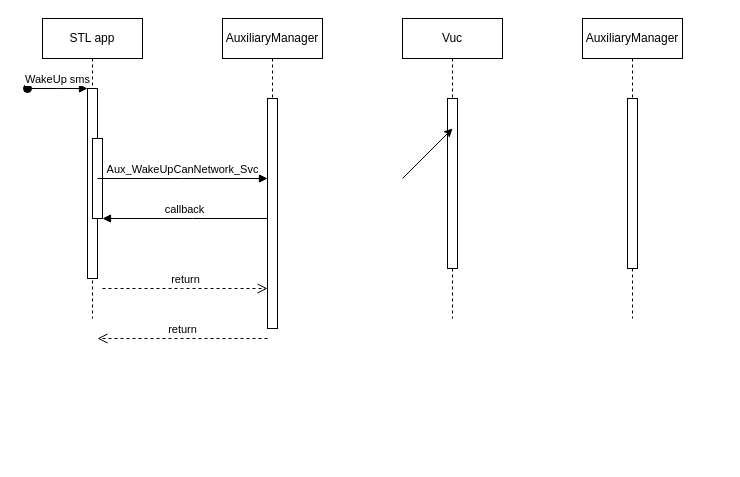
favamarco/prova keeps this draw.io diagram as Diagramma senza titolo.drawio. Above is the earlier version. Source tidied: cells renumbered, new cells numbered last; positions are measured from the earlier drawing's top-left corner, leaving out a move shared by most shapes. Both pictures are drawn from the tidied source at 100%, with x=0, y=0 at pixel (27, 18).
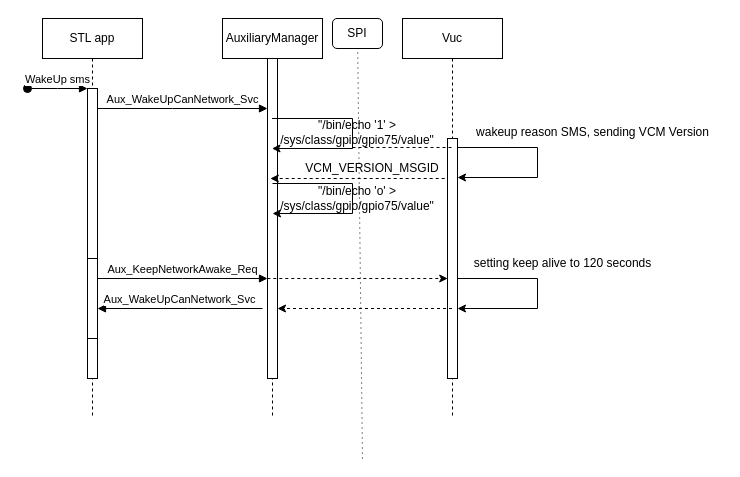
The same diagram, later.

Commit message:
Wake_up_SMS

Diff of the diagram source:
```diff
@@
     <mxCell id="2" value="STL app" style="shape=umlLifeline;perimeter=lifelinePerimeter;whiteSpace=wrap;html=1;newEdgeStyle={&quot;edgeStyle&quot;:&quot;elbowEdgeStyle&quot;,&quot;elbow&quot;:&quot;vertical&quot;,&quot;curved&quot;:0,&quot;rounded&quot;:0};" parent="1" vertex="1">
-      <mxGeometry x="15" width="100" height="300" as="geometry" />
+      <mxGeometry x="15" width="100" height="400" as="geometry" />
     </mxCell>
     <mxCell id="3" style="html=1;points=[];perimeter=orthogonalPerimeter;outlineConnect=0;targetShapes=umlLifeline;portConstraint=eastwest;newEdgeStyle={&quot;edgeStyle&quot;:&quot;elbowEdgeStyle&quot;,&quot;elbow&quot;:&quot;vertical&quot;,&quot;curved&quot;:0,&quot;rounded&quot;:0};" parent="2" vertex="1">
-      <mxGeometry x="45" y="70" width="10" height="190" as="geometry" />
+      <mxGeometry x="45" y="70" width="10" height="290" as="geometry" />
     </mxCell>
@@
     <mxCell id="5" style="html=1;perimeter=orthogonalPerimeter;targetShapes=umlLifeline;newEdgeStyle={&quot;edgeStyle&quot;:&quot;elbowEdgeStyle&quot;,&quot;elbow&quot;:&quot;vertical&quot;,&quot;curved&quot;:0,&quot;rounded&quot;:0};" parent="2" vertex="1">
-      <mxGeometry x="50" y="120" width="10" height="80" as="geometry" />
+      <mxGeometry x="45" y="240" width="10" height="80" as="geometry" />
     </mxCell>
+    <mxCell id="8" value="Aux_KeepNetworkAwake_Req" style="html=1;verticalAlign=bottom;endArrow=block;edgeStyle=elbowEdgeStyle;elbow=vertical;curved=0;rounded=0;" parent="2" edge="1">
+      <mxGeometry relative="1" as="geometry">
+        <mxPoint x="55" y="260" as="sourcePoint" />
+        <mxPoint x="225" y="260" as="targetPoint" />
+        <Array as="points">
+          <mxPoint x="140" y="260" />
+        </Array>
+      </mxGeometry>
+    </mxCell>
     <mxCell id="6" value="AuxiliaryManager" style="shape=umlLifeline;perimeter=lifelinePerimeter;whiteSpace=wrap;html=1;outlineConnect=0;portConstraint=eastwest;newEdgeStyle={&quot;edgeStyle&quot;:&quot;elbowEdgeStyle&quot;,&quot;elbow&quot;:&quot;vertical&quot;,&quot;curved&quot;:0,&quot;rounded&quot;:0};" parent="1" vertex="1">
-      <mxGeometry x="195" width="100" height="310" as="geometry" />
+      <mxGeometry x="195" width="100" height="400" as="geometry" />
     </mxCell>
     <mxCell id="7" style="html=1;points=[];perimeter=orthogonalPerimeter;outlineConnect=0;targetShapes=umlLifeline;portConstraint=eastwest;newEdgeStyle={&quot;edgeStyle&quot;:&quot;elbowEdgeStyle&quot;,&quot;elbow&quot;:&quot;vertical&quot;,&quot;curved&quot;:0,&quot;rounded&quot;:0};" parent="6" vertex="1">
-      <mxGeometry x="45" y="80" width="10" height="230" as="geometry" />
+      <mxGeometry x="45" y="40" width="10" height="320" as="geometry" />
     </mxCell>
-    <mxCell id="8" value="Aux_WakeUpCanNetwork_Svc" style="html=1;verticalAlign=bottom;endArrow=block;edgeStyle=elbowEdgeStyle;elbow=vertical;curved=0;rounded=0;" parent="1" edge="1">
-      <mxGeometry relative="1" as="geometry">
-        <mxPoint x="70" y="160" as="sourcePoint" />
-        <mxPoint x="240" y="160" as="targetPoint" />
-        <Array as="points">
-          <mxPoint x="155" y="160" />
-        </Array>
-      </mxGeometry>
-    </mxCell>
-    <mxCell id="9" value="return" style="html=1;verticalAlign=bottom;endArrow=open;dashed=1;endSize=8;edgeStyle=elbowEdgeStyle;elbow=vertical;curved=0;rounded=0;" parent="1" edge="1">
-      <mxGeometry relative="1" as="geometry">
-        <mxPoint x="240" y="320" as="sourcePoint" />
-        <mxPoint x="70" y="320" as="targetPoint" />
-        <Array as="points">
-          <mxPoint x="165" y="320" />
-        </Array>
-      </mxGeometry>
-    </mxCell>
-    <mxCell id="10" value="callback" style="html=1;verticalAlign=bottom;endArrow=block;edgeStyle=elbowEdgeStyle;elbow=vertical;curved=0;rounded=0;" parent="1" edge="1">
-      <mxGeometry relative="1" as="geometry">
-        <mxPoint x="240" y="200" as="sourcePoint" />
-        <mxPoint x="75" y="200" as="targetPoint" />
-        <Array as="points">
-          <mxPoint x="165" y="200" />
-        </Array>
-      </mxGeometry>
-    </mxCell>
-    <mxCell id="11" value="return" style="html=1;verticalAlign=bottom;endArrow=open;dashed=1;endSize=8;edgeStyle=elbowEdgeStyle;elbow=vertical;curved=0;rounded=0;" parent="1" edge="1">
-      <mxGeometry relative="1" as="geometry">
-        <mxPoint x="75" y="270" as="sourcePoint" />
-        <mxPoint x="240" y="270" as="targetPoint" />
-        <Array as="points">
-          <mxPoint x="155" y="270" />
-        </Array>
-      </mxGeometry>
-    </mxCell>
     <mxCell id="12" value="Vuc" style="shape=umlLifeline;perimeter=lifelinePerimeter;whiteSpace=wrap;html=1;outlineConnect=0;portConstraint=eastwest;newEdgeStyle={&quot;edgeStyle&quot;:&quot;elbowEdgeStyle&quot;,&quot;elbow&quot;:&quot;vertical&quot;,&quot;curved&quot;:0,&quot;rounded&quot;:0};" parent="1" vertex="1">
-      <mxGeometry x="375" width="100" height="300" as="geometry" />
+      <mxGeometry x="375" width="100" height="400" as="geometry" />
     </mxCell>
     <mxCell id="13" style="html=1;perimeter=orthogonalPerimeter;targetShapes=umlLifeline;newEdgeStyle={&quot;edgeStyle&quot;:&quot;elbowEdgeStyle&quot;,&quot;elbow&quot;:&quot;vertical&quot;,&quot;curved&quot;:0,&quot;rounded&quot;:0};" parent="12" vertex="1">
-      <mxGeometry x="45" y="80" width="10" height="170" as="geometry" />
+      <mxGeometry x="45" y="120" width="10" height="240" as="geometry" />
     </mxCell>
-    <mxCell id="14" value="AuxiliaryManager" style="shape=umlLifeline;perimeter=lifelinePerimeter;whiteSpace=wrap;html=1;newEdgeStyle={&quot;edgeStyle&quot;:&quot;elbowEdgeStyle&quot;,&quot;elbow&quot;:&quot;vertical&quot;,&quot;curved&quot;:0,&quot;rounded&quot;:0};" parent="1" vertex="1">
-      <mxGeometry x="555" width="100" height="300" as="geometry" />
-    </mxCell>
-    <mxCell id="15" style="html=1;perimeter=orthogonalPerimeter;targetShapes=umlLifeline;newEdgeStyle={&quot;edgeStyle&quot;:&quot;elbowEdgeStyle&quot;,&quot;elbow&quot;:&quot;vertical&quot;,&quot;curved&quot;:0,&quot;rounded&quot;:0};" parent="14" vertex="1">
-      <mxGeometry x="45" y="80" width="10" height="170" as="geometry" />
-    </mxCell>
-    <mxCell id="16" style="endArrow=classic;html=1;rounded=0;" parent="1" edge="1">
+    <mxCell id="16" style="endArrow=classic;html=1;rounded=0;" parent="1" edge="1" source="6" target="6">
       <mxGeometry relative="1" as="geometry">
-        <mxPoint x="375" y="160" as="sourcePoint" />
-        <mxPoint x="425" y="110" as="targetPoint" />
+        <Array as="points">
+          <mxPoint x="325" y="100" />
+          <mxPoint x="325" y="130" />
+        </Array>
       </mxGeometry>
     </mxCell>
+    <mxCell id="17" value="Aux_WakeUpCanNetwork_Svc" style="html=1;verticalAlign=bottom;endArrow=block;edgeStyle=elbowEdgeStyle;elbow=vertical;curved=0;rounded=0;" parent="1" edge="1" source="3" target="7">
+      <mxGeometry relative="1" as="geometry">
+        <Array as="points">
+          <mxPoint x="145" y="90" />
+        </Array>
+      </mxGeometry>
+    </mxCell>
+    <mxCell id="18" value="&quot;/bin/echo '1' &amp;gt; /sys/class/gpio/gpio75/value&quot;" style="text;html=1;strokeColor=none;fillColor=none;align=center;verticalAlign=middle;whiteSpace=wrap;rounded=0;" parent="1" vertex="1">
+      <mxGeometry x="255" y="99" width="150" height="30" as="geometry" />
+    </mxCell>
+    <mxCell id="19" style="endArrow=classic;html=1;rounded=0;" parent="1" edge="1">
+      <mxGeometry relative="1" as="geometry">
+        <mxPoint x="429.5" y="129" as="sourcePoint" />
+        <mxPoint x="430" y="159" as="targetPoint" />
+        <Array as="points">
+          <mxPoint x="510" y="129" />
+          <mxPoint x="510" y="159" />
+        </Array>
+      </mxGeometry>
+    </mxCell>
+    <mxCell id="20" value="&quot;/bin/echo 'o' &amp;gt; /sys/class/gpio/gpio75/value&quot;" style="text;html=1;strokeColor=none;fillColor=none;align=center;verticalAlign=middle;whiteSpace=wrap;rounded=0;" parent="1" vertex="1">
+      <mxGeometry x="255" y="165" width="150" height="30" as="geometry" />
+    </mxCell>
+    <mxCell id="21" style="endArrow=classic;html=1;rounded=0;dashed=1;" parent="1" edge="1">
+      <mxGeometry relative="1" as="geometry">
+        <mxPoint x="417.2" y="160" as="sourcePoint" />
+        <mxPoint x="242.8" y="160" as="targetPoint" />
+      </mxGeometry>
+    </mxCell>
+    <mxCell id="22" value="VCM_VERSION_MSGID" style="text;html=1;strokeColor=none;fillColor=none;align=center;verticalAlign=middle;whiteSpace=wrap;rounded=0;" parent="1" vertex="1">
+      <mxGeometry x="315" y="135" width="60" height="30" as="geometry" />
+    </mxCell>
+    <mxCell id="23" style="endArrow=classic;html=1;rounded=0;" parent="1" edge="1">
+      <mxGeometry relative="1" as="geometry">
+        <mxPoint x="245" y="165" as="sourcePoint" />
+        <mxPoint x="245" y="195" as="targetPoint" />
+        <Array as="points">
+          <mxPoint x="325" y="165" />
+          <mxPoint x="325" y="195" />
+        </Array>
+      </mxGeometry>
+    </mxCell>
+    <mxCell id="24" style="endArrow=none;dashed=1;html=1;rounded=0;" parent="1" edge="1">
+      <mxGeometry relative="1" as="geometry">
+        <mxPoint x="325" y="129" as="sourcePoint" />
+        <mxPoint x="425" y="129" as="targetPoint" />
+      </mxGeometry>
+    </mxCell>
+    <mxCell id="25" value="wakeup reason SMS, sending&amp;nbsp;VCM Version" style="text;html=1;align=center;verticalAlign=middle;strokeColor=none;fillColor=none;" parent="1" vertex="1">
+      <mxGeometry x="435" y="99" width="260" height="30" as="geometry" />
+    </mxCell>
+    <mxCell id="26" style="endArrow=none;dashed=1;html=1;dashPattern=1 3;strokeWidth=2;rounded=0;" parent="1" edge="1" source="28">
+      <mxGeometry relative="1" as="geometry">
+        <mxPoint x="335" as="targetPoint" />
+      </mxGeometry>
+    </mxCell>
+    <mxCell id="27" style="endArrow=none;dashed=1;html=1;dashPattern=1 4;strokeWidth=1;rounded=0;" parent="1" edge="1" target="28">
+      <mxGeometry relative="1" as="geometry">
+        <mxPoint x="335" y="440" as="sourcePoint" />
+      </mxGeometry>
+    </mxCell>
+    <mxCell id="28" value="SPI" style="rounded=1;whiteSpace=wrap;html=1;" parent="1" vertex="1">
+      <mxGeometry x="305" width="50" height="30" as="geometry" />
+    </mxCell>
+    <mxCell id="29" style="endArrow=classic;html=1;rounded=0;dashed=1;" parent="1" edge="1">
+      <mxGeometry relative="1" as="geometry">
+        <mxPoint x="239.8" y="260" as="sourcePoint" />
+        <mxPoint x="420.2" y="260" as="targetPoint" />
+      </mxGeometry>
+    </mxCell>
+    <mxCell id="30" style="endArrow=classic;html=1;rounded=0;" parent="1" edge="1">
+      <mxGeometry relative="1" as="geometry">
+        <mxPoint x="429.5" y="260" as="sourcePoint" />
+        <mxPoint x="430" y="290" as="targetPoint" />
+        <Array as="points">
+          <mxPoint x="510" y="260" />
+          <mxPoint x="510" y="290" />
+        </Array>
+      </mxGeometry>
+    </mxCell>
+    <mxCell id="31" value="setting keep alive to 120 seconds" style="text;html=1;align=center;verticalAlign=middle;strokeColor=none;fillColor=none;" parent="1" vertex="1">
+      <mxGeometry x="435" y="230" width="200" height="30" as="geometry" />
+    </mxCell>
+    <mxCell id="32" style="endArrow=classic;html=1;rounded=0;dashed=1;" parent="1" edge="1" source="12" target="7">
+      <mxGeometry relative="1" as="geometry">
+        <Array as="points">
+          <mxPoint x="355" y="290" />
+        </Array>
+      </mxGeometry>
+    </mxCell>
+    <mxCell id="10" value="Aux_WakeUpCanNetwork_Svc" style="html=1;verticalAlign=bottom;endArrow=block;edgeStyle=elbowEdgeStyle;elbow=horizontal;curved=0;rounded=0;" parent="1" edge="1">
+      <mxGeometry relative="1" as="geometry">
+        <mxPoint x="235" y="290" as="sourcePoint" />
+        <mxPoint x="70" y="290" as="targetPoint" />
+        <Array as="points">
+          <mxPoint x="160" y="280" />
+        </Array>
+      </mxGeometry>
+    </mxCell>
```
